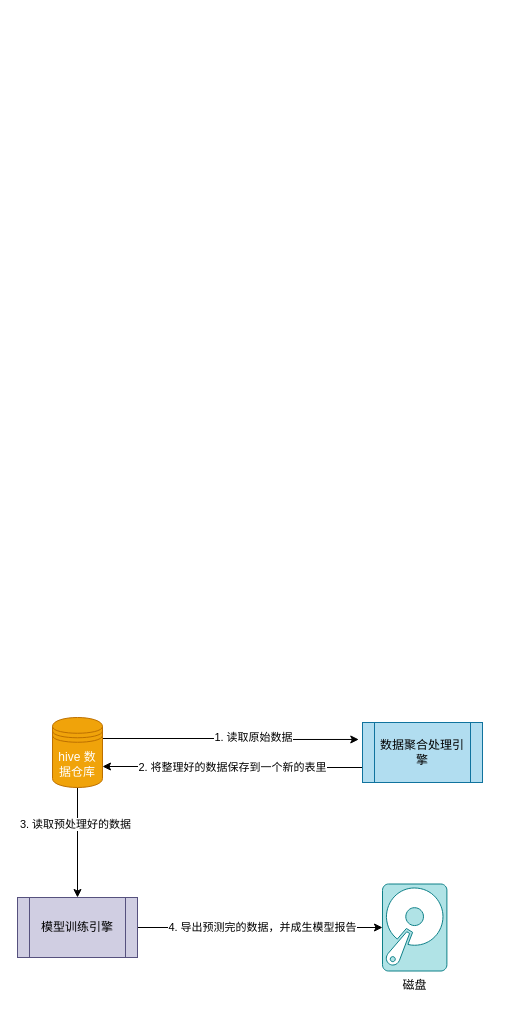
Before: Untitled Diagram.drawio in changvvb/test, a draw.io diagram. Source tidied: cells renumbered, new cells numbered last; positions are measured from the earlier drawing's top-left corner, leaving out a move shared by most shapes. Both pictures are drawn from the tidied source at 100%, with x=0, y=0 at pixel (17, 717).
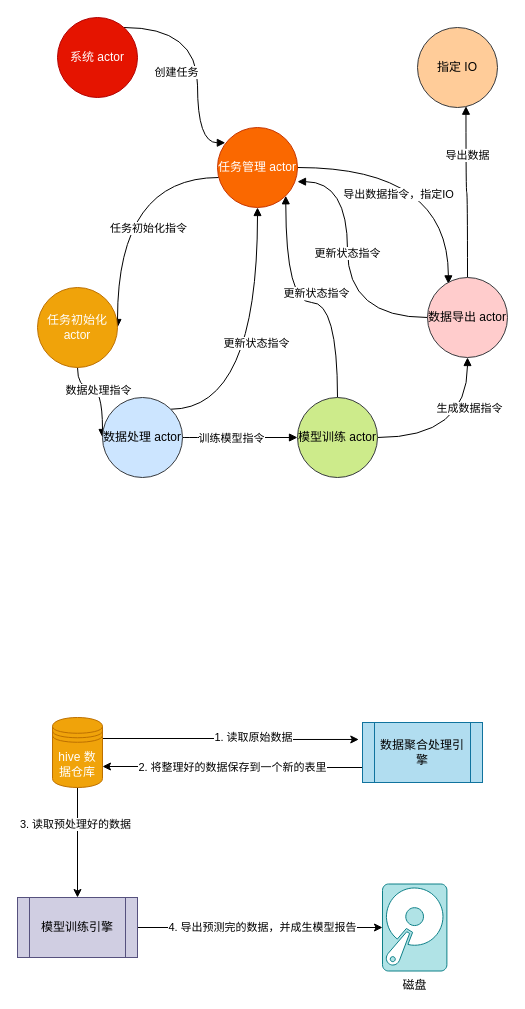
Above is the later version.

What changed in the source:
```diff
@@
+    <mxCell id="14" style="edgeStyle=orthogonalEdgeStyle;curved=1;rounded=0;jettySize=auto;html=1;entryX=0.098;entryY=0.191;entryDx=0;entryDy=0;entryPerimeter=0;startArrow=none;startFill=0;endArrow=block;endFill=1;" parent="1" edge="1" source="16" target="34">
+      <mxGeometry relative="1" as="geometry">
+        <Array as="points">
+          <mxPoint x="180" y="-690" />
+          <mxPoint x="180" y="-575" />
+        </Array>
+      </mxGeometry>
+    </mxCell>
+    <mxCell id="15" value="创建任务" style="edgeLabel;html=1;align=center;verticalAlign=middle;" parent="14" vertex="1">
+      <mxGeometry x="-0.23" y="-25" relative="1" as="geometry">
+        <mxPoint x="3.9" y="35" as="offset" />
+      </mxGeometry>
+    </mxCell>
+    <mxCell id="16" value="系统 actor" style="ellipse;whiteSpace=wrap;html=1;fillColor=#e51400;strokeColor=#B20000;fontColor=#ffffff;" parent="1" vertex="1">
+      <mxGeometry x="40" y="-700" width="80" height="80" as="geometry" />
+    </mxCell>
+    <mxCell id="17" style="edgeStyle=orthogonalEdgeStyle;curved=1;rounded=0;jettySize=auto;html=1;endArrow=none;endFill=0;startArrow=block;startFill=1;" parent="1" edge="1" source="21" target="34">
+      <mxGeometry relative="1" as="geometry">
+        <Array as="points">
+          <mxPoint x="100" y="-540" />
+        </Array>
+      </mxGeometry>
+    </mxCell>
+    <mxCell id="18" value="任务初始化指令" style="edgeLabel;html=1;align=center;verticalAlign=middle;" parent="17" vertex="1">
+      <mxGeometry x="0.27" y="-2" relative="1" as="geometry">
+        <mxPoint x="20" y="48" as="offset" />
+      </mxGeometry>
+    </mxCell>
+    <mxCell id="19" style="edgeStyle=orthogonalEdgeStyle;curved=1;rounded=0;jettySize=auto;html=1;entryX=0;entryY=0.5;entryDx=0;entryDy=0;startArrow=none;startFill=0;endArrow=block;endFill=1;exitX=0.5;exitY=1;exitDx=0;exitDy=0;" parent="1" edge="1" source="21" target="26">
+      <mxGeometry relative="1" as="geometry">
+        <Array as="points">
+          <mxPoint x="60" y="-330" />
+        </Array>
+      </mxGeometry>
+    </mxCell>
+    <mxCell id="20" value="数据处理指令" style="edgeLabel;html=1;align=center;verticalAlign=middle;" parent="19" vertex="1">
+      <mxGeometry x="-0.02" y="10" relative="1" as="geometry">
+        <mxPoint x="-15" as="offset" />
+      </mxGeometry>
+    </mxCell>
+    <mxCell id="21" value="任务初始化 actor" style="ellipse;whiteSpace=wrap;html=1;fillColor=#f0a30a;strokeColor=#BD7000;fontColor=#ffffff;" parent="1" vertex="1">
+      <mxGeometry x="20" y="-430" width="80" height="80" as="geometry" />
+    </mxCell>
+    <mxCell id="22" style="edgeStyle=orthogonalEdgeStyle;curved=1;rounded=0;jettySize=auto;html=1;entryX=0.5;entryY=1;entryDx=0;entryDy=0;startArrow=none;startFill=0;endArrow=block;endFill=1;exitX=1;exitY=0;exitDx=0;exitDy=0;" parent="1" edge="1" source="26" target="34">
+      <mxGeometry relative="1" as="geometry" />
+    </mxCell>
+    <mxCell id="23" value="更新状态指令" style="edgeLabel;html=1;align=center;verticalAlign=middle;" parent="22" vertex="1">
+      <mxGeometry x="0.06" y="2" relative="1" as="geometry" />
+    </mxCell>
+    <mxCell id="24" style="edgeStyle=orthogonalEdgeStyle;curved=1;rounded=0;jettySize=auto;html=1;startArrow=none;startFill=0;endArrow=block;endFill=1;" parent="1" edge="1" source="26" target="31">
+      <mxGeometry relative="1" as="geometry" />
+    </mxCell>
+    <mxCell id="25" value="训练模型指令" style="edgeLabel;html=1;align=center;verticalAlign=middle;" parent="24" vertex="1">
+      <mxGeometry x="-0.32" y="1" relative="1" as="geometry">
+        <mxPoint x="9.4" y="1" as="offset" />
+      </mxGeometry>
+    </mxCell>
+    <mxCell id="26" value="数据处理 actor" style="ellipse;whiteSpace=wrap;html=1;fillColor=#cce5ff;strokeColor=#36393d;" parent="1" vertex="1">
+      <mxGeometry x="85" y="-320" width="80" height="80" as="geometry" />
+    </mxCell>
+    <mxCell id="27" style="edgeStyle=orthogonalEdgeStyle;curved=1;rounded=0;jettySize=auto;html=1;entryX=1;entryY=1;entryDx=0;entryDy=0;startArrow=none;startFill=0;endArrow=block;endFill=1;exitX=0.5;exitY=0;exitDx=0;exitDy=0;" parent="1" edge="1" source="31" target="34">
+      <mxGeometry relative="1" as="geometry" />
+    </mxCell>
+    <mxCell id="28" value="更新状态指令" style="edgeLabel;html=1;align=center;verticalAlign=middle;" parent="27" vertex="1">
+      <mxGeometry x="-0.08" y="-10" relative="1" as="geometry" />
+    </mxCell>
+    <mxCell id="29" style="edgeStyle=orthogonalEdgeStyle;curved=1;rounded=0;jettySize=auto;html=1;entryX=0.5;entryY=1;entryDx=0;entryDy=0;startArrow=none;startFill=0;endArrow=block;endFill=1;" parent="1" edge="1" source="31" target="39">
+      <mxGeometry relative="1" as="geometry" />
+    </mxCell>
+    <mxCell id="30" value="生成数据指令" style="edgeLabel;html=1;align=center;verticalAlign=middle;" parent="29" vertex="1">
+      <mxGeometry x="-0.53" y="9" relative="1" as="geometry">
+        <mxPoint x="51" y="-21" as="offset" />
+      </mxGeometry>
+    </mxCell>
+    <mxCell id="31" value="模型训练 actor" style="ellipse;whiteSpace=wrap;html=1;fillColor=#cdeb8b;strokeColor=#36393d;" parent="1" vertex="1">
+      <mxGeometry x="280" y="-320" width="80" height="80" as="geometry" />
+    </mxCell>
+    <mxCell id="32" style="edgeStyle=orthogonalEdgeStyle;curved=1;rounded=0;jettySize=auto;html=1;entryX=0.261;entryY=0.08;entryDx=0;entryDy=0;entryPerimeter=0;startArrow=none;startFill=0;endArrow=block;endFill=1;" parent="1" edge="1" source="34" target="39">
+      <mxGeometry relative="1" as="geometry" />
+    </mxCell>
+    <mxCell id="33" value="导出数据指令，指定IO" style="edgeLabel;html=1;align=center;verticalAlign=middle;" parent="32" vertex="1">
+      <mxGeometry x="-0.25" y="-26" relative="1" as="geometry" />
+    </mxCell>
+    <mxCell id="34" value="任务管理 actor" style="ellipse;whiteSpace=wrap;html=1;fillColor=#fa6800;strokeColor=#C73500;fontColor=#ffffff;" parent="1" vertex="1">
+      <mxGeometry x="200" y="-590" width="80" height="80" as="geometry" />
+    </mxCell>
+    <mxCell id="35" style="edgeStyle=orthogonalEdgeStyle;curved=1;rounded=0;jettySize=auto;html=1;entryX=1;entryY=0.677;entryDx=0;entryDy=0;startArrow=none;startFill=0;endArrow=block;endFill=1;entryPerimeter=0;" parent="1" edge="1" source="39" target="34">
+      <mxGeometry relative="1" as="geometry">
+        <Array as="points">
+          <mxPoint x="330" y="-400" />
+          <mxPoint x="330" y="-536" />
+        </Array>
+      </mxGeometry>
+    </mxCell>
+    <mxCell id="36" value="更新状态指令" style="edgeLabel;html=1;align=center;verticalAlign=middle;" parent="35" vertex="1">
+      <mxGeometry x="0.09" y="1" relative="1" as="geometry" />
+    </mxCell>
+    <mxCell id="37" style="edgeStyle=orthogonalEdgeStyle;curved=1;rounded=0;jettySize=auto;html=1;startArrow=none;startFill=0;endArrow=block;endFill=1;entryX=0.606;entryY=0.984;entryDx=0;entryDy=0;entryPerimeter=0;" parent="1" edge="1" source="39" target="40">
+      <mxGeometry relative="1" as="geometry" />
+    </mxCell>
+    <mxCell id="38" value="导出数据" style="edgeLabel;html=1;align=center;verticalAlign=middle;" parent="37" vertex="1">
+      <mxGeometry x="0.43" y="-1" relative="1" as="geometry" />
+    </mxCell>
+    <mxCell id="39" value="数据导出 actor" style="ellipse;whiteSpace=wrap;html=1;fillColor=#ffcccc;strokeColor=#36393d;" parent="1" vertex="1">
+      <mxGeometry x="410" y="-440" width="80" height="80" as="geometry" />
+    </mxCell>
+    <mxCell id="40" value="&lt;span style=&quot;color: rgb(0 , 0 , 0)&quot;&gt;指定 IO&lt;/span&gt;" style="ellipse;whiteSpace=wrap;html=1;fillColor=#ffcc99;strokeColor=#36393d;" parent="1" vertex="1">
+      <mxGeometry x="400" y="-690" width="80" height="80" as="geometry" />
+    </mxCell>
```
